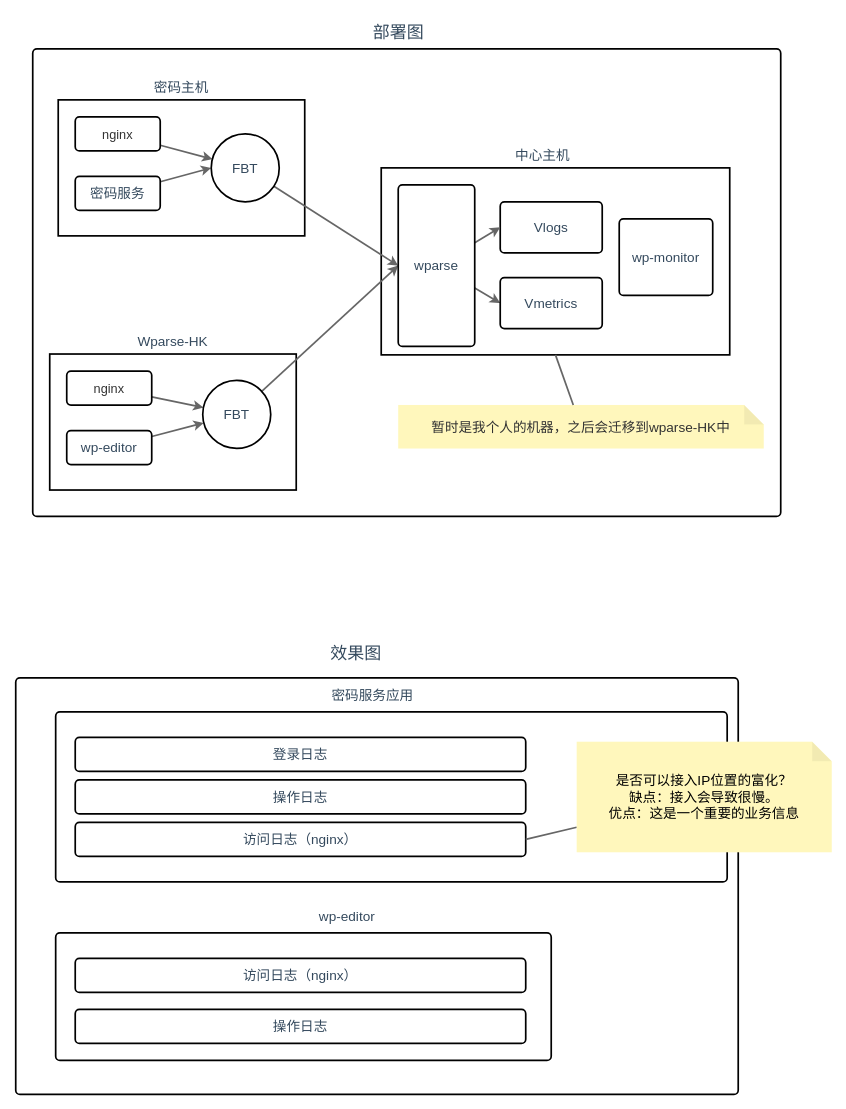
Above: sample.drawio in zwk4zhendeC/wp-dayu (draw.io), before the change. Source tidied: cells renumbered, new cells numbered last; positions are measured from the earlier drawing's top-left corner, leaving out a move shared by most shapes. Both pictures are drawn from the tidied source at 85%, with x=0, y=0 at pixel (15, 14).
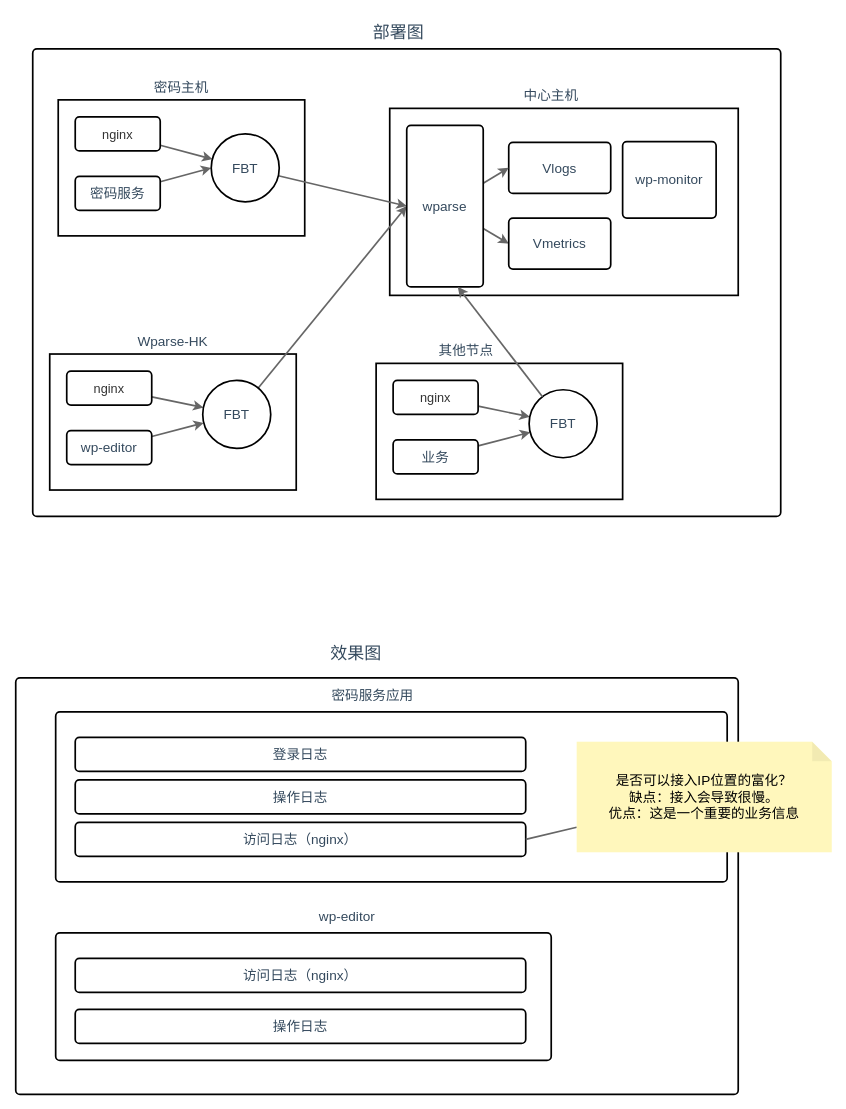
After the change.

Diff of the diagram source:
```diff
@@
     <mxCell id="8" style="rounded=0;whiteSpace=wrap;html=1;shadow=0;comic=0;strokeWidth=2;arcSize=5;fontFamily=钉钉进步体;fontSize=16;fontColor=#34495D;" parent="5" vertex="1">
-      <mxGeometry x="430" y="180" width="410" height="220" as="geometry" />
+      <mxGeometry x="440" y="110" width="410" height="220" as="geometry" />
     </mxCell>
     <mxCell id="9" value="Vlogs" style="rounded=1;whiteSpace=wrap;html=1;shadow=0;comic=0;strokeColor=default;strokeWidth=2;align=center;verticalAlign=middle;arcSize=10;fontFamily=钉钉进步体;fontSize=16;fontColor=#34495D;fillColor=default;absoluteArcSize=1;" parent="5" vertex="1">
-      <mxGeometry x="570" y="220" width="120" height="60" as="geometry" />
+      <mxGeometry x="580" y="150" width="120" height="60" as="geometry" />
     </mxCell>
@@
     <mxCell id="26" value="中心主机" style="text;html=1;align=center;verticalAlign=middle;whiteSpace=wrap;rounded=0;fontFamily=钉钉进步体;fontSize=16;fontColor=#34495D;" parent="11" vertex="1">
-      <mxGeometry x="570" y="150" width="100" height="30" as="geometry" />
+      <mxGeometry x="580" y="80" width="100" height="30" as="geometry" />
     </mxCell>
@@
     <mxCell id="29" value="wparse" style="rounded=1;whiteSpace=wrap;html=1;shadow=0;comic=0;strokeWidth=2;arcSize=10;fontFamily=钉钉进步体;fontSize=16;fontColor=#34495D;absoluteArcSize=1;" parent="11" vertex="1">
-      <mxGeometry x="450" y="200" width="90" height="190" as="geometry" />
+      <mxGeometry x="460" y="130" width="90" height="190" as="geometry" />
     </mxCell>
     <mxCell id="30" value="Vmetrics" style="rounded=1;whiteSpace=wrap;html=1;shadow=0;comic=0;strokeColor=default;strokeWidth=2;align=center;verticalAlign=middle;arcSize=10;fontFamily=钉钉进步体;fontSize=16;fontColor=#34495D;fillColor=default;absoluteArcSize=1;" parent="11" vertex="1">
-      <mxGeometry x="570" y="309" width="120" height="60" as="geometry" />
+      <mxGeometry x="580" y="239" width="120" height="60" as="geometry" />
     </mxCell>
     <mxCell id="31" value="wp-monitor" style="rounded=1;whiteSpace=wrap;html=1;shadow=0;comic=0;strokeColor=default;strokeWidth=2;align=center;verticalAlign=middle;arcSize=10;fontFamily=钉钉进步体;fontSize=16;fontColor=#34495D;fillColor=default;absoluteArcSize=1;" parent="11" vertex="1">
-      <mxGeometry x="710" y="240" width="110" height="90" as="geometry" />
+      <mxGeometry x="714" y="149" width="110" height="90" as="geometry" />
     </mxCell>
-    <mxCell id="32" value="&lt;span style=&quot;color: rgb(50, 50, 50); font-family: &amp;quot;Microsoft YaHei&amp;quot;, 微软雅黑, Arial; font-style: normal; font-variant-ligatures: normal; font-variant-caps: normal; font-weight: 400; letter-spacing: normal; orphans: 2; text-align: center; text-indent: 0px; text-transform: none; widows: 2; word-spacing: 0px; -webkit-text-stroke-width: 0px; white-space: normal; background-color: rgba(255, 255, 255, 0.01); text-decoration-thickness: initial; text-decoration-style: initial; text-decoration-color: initial; float: none; display: inline !important;&quot;&gt;&lt;font&gt;暂时是我个人的机器，之后会迁移到wparse-HK中&lt;/font&gt;&lt;/span&gt;" style="shape=note;whiteSpace=wrap;html=1;backgroundOutline=1;darkOpacity=0.05;rounded=1;shadow=0;comic=0;strokeColor=#FFF7BC;strokeWidth=0;align=center;verticalAlign=middle;arcSize=5;fontFamily=钉钉进步体;fontSize=16;fontColor=#000000;fillColor=#FFF7BC;size=23;" parent="11" vertex="1">
-      <mxGeometry x="450" y="459" width="430" height="51" as="geometry" />
-    </mxCell>
-    <mxCell id="33" style="edgeStyle=none;rounded=1;comic=0;html=1;entryX=0.5;entryY=1;entryDx=0;entryDy=0;shadow=0;strokeColor=#666666;strokeWidth=2;arcSize=5;fontFamily=钉钉进步体;fontSize=16;fontColor=#34495D;endArrow=none;endFill=0;" parent="11" edge="1" source="32" target="8">
-      <mxGeometry relative="1" as="geometry" />
-    </mxCell>
@@
+    <mxCell id="47" style="rounded=0;whiteSpace=wrap;html=1;shadow=0;comic=0;strokeWidth=2;arcSize=5;fontFamily=钉钉进步体;fontSize=16;fontColor=#34495D;" parent="11" vertex="1">
+      <mxGeometry x="424" y="410" width="290" height="160" as="geometry" />
+    </mxCell>
+    <mxCell id="48" value="其他节点" style="text;html=1;align=center;verticalAlign=middle;whiteSpace=wrap;rounded=0;fontFamily=钉钉进步体;fontSize=16;fontColor=#34495D;" parent="11" vertex="1">
+      <mxGeometry x="480" y="380" width="100" height="30" as="geometry" />
+    </mxCell>
+    <mxCell id="49" style="edgeStyle=none;rounded=1;comic=0;html=1;shadow=0;strokeColor=#666666;strokeWidth=2;arcSize=5;fontFamily=钉钉进步体;fontSize=16;fontColor=#34495D;" parent="11" edge="1" source="50" target="53">
+      <mxGeometry relative="1" as="geometry" />
+    </mxCell>
+    <mxCell id="50" value="&lt;span style=&quot;color: rgb(50, 50, 50); background-color: rgba(255, 255, 255, 0.01);&quot;&gt;&lt;font style=&quot;font-size: 15px;&quot; face=&quot;Helvetica&quot;&gt;nginx&lt;/font&gt;&lt;/span&gt;" style="rounded=1;whiteSpace=wrap;html=1;shadow=0;comic=0;strokeColor=default;strokeWidth=2;align=center;verticalAlign=middle;arcSize=10;fontFamily=钉钉进步体;fontSize=16;fontColor=#34495D;fillColor=default;absoluteArcSize=1;" parent="11" vertex="1">
+      <mxGeometry x="444" y="430" width="100" height="40" as="geometry" />
+    </mxCell>
+    <mxCell id="51" style="edgeStyle=none;rounded=1;comic=0;html=1;shadow=0;strokeColor=#666666;strokeWidth=2;arcSize=5;fontFamily=钉钉进步体;fontSize=16;fontColor=#34495D;" parent="11" edge="1" source="52" target="53">
+      <mxGeometry relative="1" as="geometry" />
+    </mxCell>
+    <mxCell id="52" value="业务" style="rounded=1;whiteSpace=wrap;html=1;shadow=0;comic=0;strokeColor=default;strokeWidth=2;align=center;verticalAlign=middle;arcSize=10;fontFamily=钉钉进步体;fontSize=16;fontColor=#34495D;fillColor=default;absoluteArcSize=1;" parent="11" vertex="1">
+      <mxGeometry x="444" y="500" width="100" height="40" as="geometry" />
+    </mxCell>
+    <mxCell id="53" value="FBT" style="ellipse;whiteSpace=wrap;html=1;rounded=1;shadow=0;comic=0;strokeWidth=2;arcSize=5;fontFamily=钉钉进步体;fontSize=16;fontColor=#34495D;" parent="11" vertex="1">
+      <mxGeometry x="604" y="441" width="80" height="80" as="geometry" />
+    </mxCell>
+    <mxCell id="54" style="edgeStyle=none;rounded=1;comic=0;html=1;entryX=0.667;entryY=1;entryDx=0;entryDy=0;entryPerimeter=0;shadow=0;strokeColor=#666666;strokeWidth=2;arcSize=5;fontFamily=钉钉进步体;fontSize=14;fontColor=#34495D;" parent="11" edge="1" source="53" target="29">
+      <mxGeometry relative="1" as="geometry" />
+    </mxCell>
```
